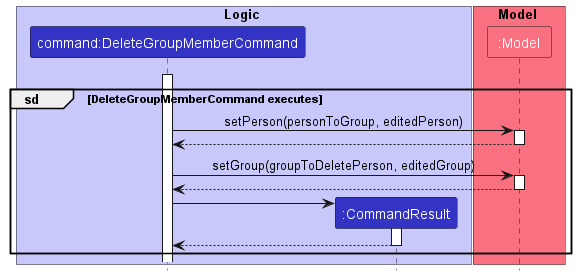
The PlantUML diagram docs/images/DeleteGroupMemberCommandExecutesSequenceDiagram.png in nus-cs2103-AY2223S1/tp, before a commit. Source of this version:
```plantuml
@startuml
!include style.puml

box Logic LOGIC_COLOR_T1
participant "command:DeleteGroupMemberCommand" as DeleteGroupMemberCommand LOGIC_COLOR
participant ":CommandResult" as CommandResult LOGIC_COLOR
end box

box Model MODEL_COLOR_T1
participant ":Model" as Model MODEL_COLOR_T1
end box

DeleteGroupMemberCommand -[hidden]-> Model
activate DeleteGroupMemberCommand

group sd [DeleteGroupMemberCommand executes]
DeleteGroupMemberCommand -> Model : setPerson(personToGroup, editedPerson)
activate Model

Model --> DeleteGroupMemberCommand
deactivate Model

DeleteGroupMemberCommand -> Model : setGroup(groupToDeletePerson, editedGroup)
activate Model
Model --> DeleteGroupMemberCommand
deactivate Model

create CommandResult
DeleteGroupMemberCommand -> CommandResult
activate CommandResult

CommandResult --> DeleteGroupMemberCommand
deactivate CommandResult
end

@enduml
```
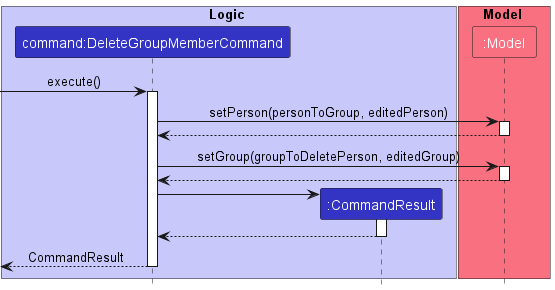
The same diagram one commit later.

Commit message:
Edit sequence diagrams for all implemented features

The edit, as a diff of the source:
```diff
@@ -10,10 +10,9 @@
 participant ":Model" as Model MODEL_COLOR_T1
 end box
 
-DeleteGroupMemberCommand -[hidden]-> Model
+[-> DeleteGroupMemberCommand : execute()
 activate DeleteGroupMemberCommand
 
-group sd [DeleteGroupMemberCommand executes]
 DeleteGroupMemberCommand -> Model : setPerson(personToGroup, editedPerson)
 activate Model
 
@@ -31,6 +30,8 @@
 
 CommandResult --> DeleteGroupMemberCommand
 deactivate CommandResult
-end
+
+[<-- DeleteGroupMemberCommand: CommandResult
+deactivate DeleteGroupMemberCommand
 
 @enduml
```
